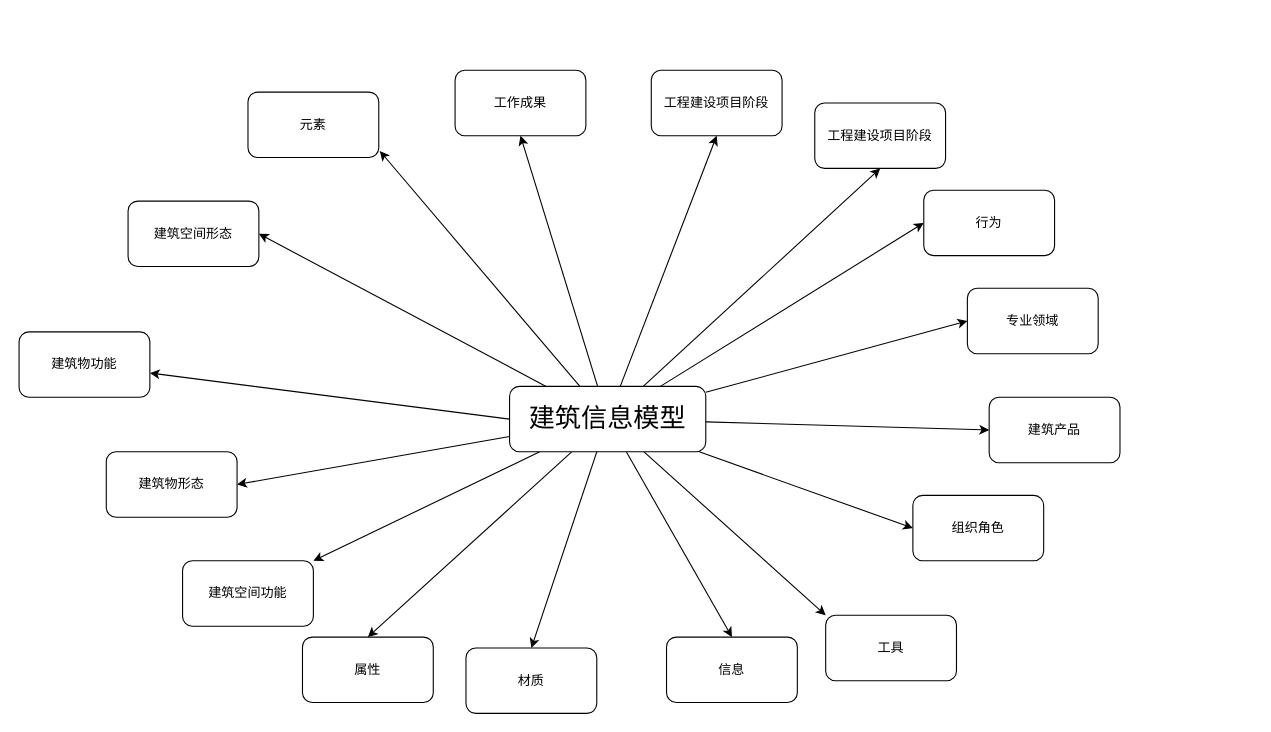
Before: 建筑信息模型.drawio in gaochaowyq/MinderGraph, a draw.io diagram. Source tidied: cells renumbered, new cells numbered last; positions are measured from the earlier drawing's top-left corner, leaving out a move shared by most shapes. Both pictures are drawn from the tidied source at 109%, with x=0, y=0 at pixel (19, 70).
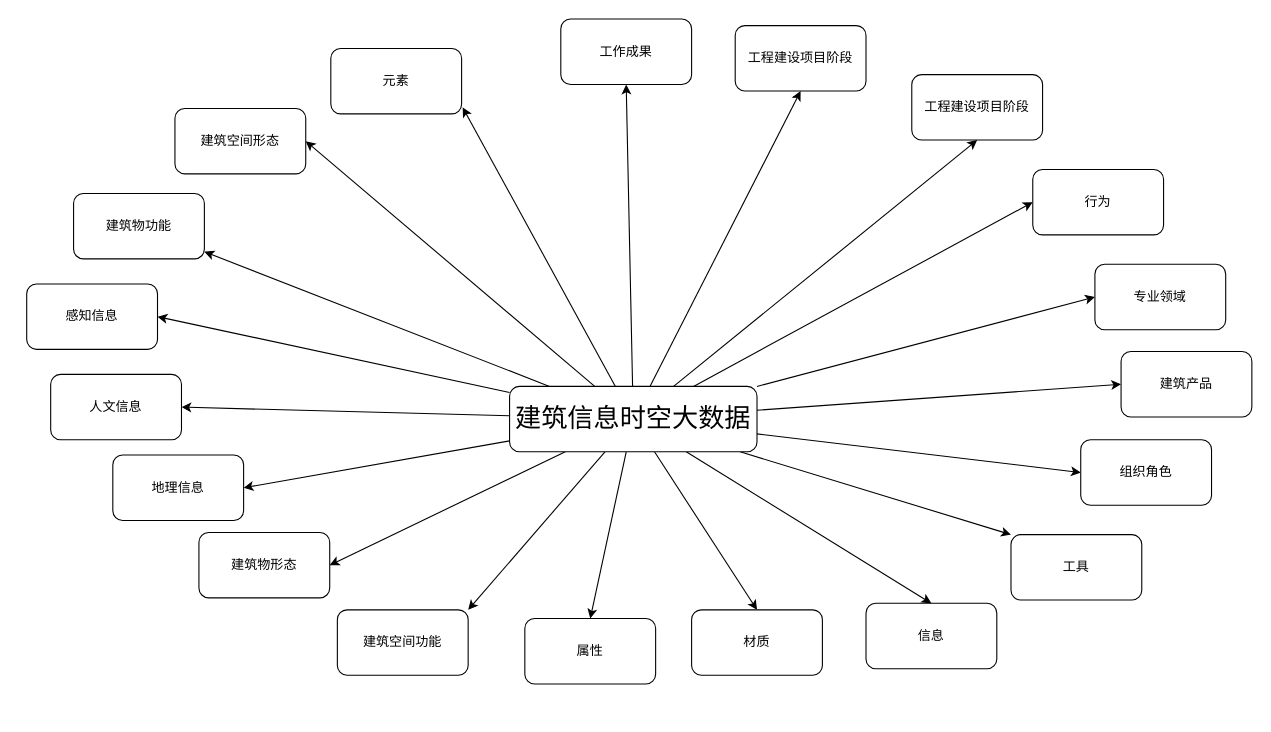
After the change.

Commit message (it also covers changes not shown here):
Update 建筑信息模型.drawio

Diff of the diagram source:
```diff
@@
-    <mxCell id="2" style="rounded=0;jettySize=auto;html=1;fontColor=default;exitX=0;exitY=0.5;exitDx=0;exitDy=0;strokeColor=default;labelBackgroundColor=default;" parent="1" edge="1" source="18" target="19">
-      <mxGeometry relative="1" as="geometry" />
-    </mxCell>
@@
+    <mxCell id="35" style="edgeStyle=none;rounded=0;jettySize=auto;html=1;entryX=1;entryY=0.5;entryDx=0;entryDy=0;labelBackgroundColor=default;fontSize=24;fontColor=default;strokeColor=default;" parent="1" edge="1" source="18" target="38">
+      <mxGeometry relative="1" as="geometry" />
+    </mxCell>
+    <mxCell id="36" style="edgeStyle=none;rounded=0;jettySize=auto;html=1;entryX=1;entryY=0.5;entryDx=0;entryDy=0;labelBackgroundColor=default;fontSize=24;fontColor=default;strokeColor=default;" parent="1" edge="1" source="18" target="39">
+      <mxGeometry relative="1" as="geometry" />
+    </mxCell>
+    <mxCell id="2" style="edgeStyle=none;rounded=0;jettySize=auto;html=1;labelBackgroundColor=default;fontSize=24;fontColor=default;strokeColor=default;" parent="1" edge="1" source="18" target="19">
+      <mxGeometry relative="1" as="geometry" />
+    </mxCell>
+    <mxCell id="37" style="edgeStyle=none;rounded=0;jettySize=auto;html=1;entryX=1;entryY=0.5;entryDx=0;entryDy=0;labelBackgroundColor=default;fontSize=24;fontColor=default;strokeColor=default;" parent="1" edge="1" source="18" target="40">
+      <mxGeometry relative="1" as="geometry" />
+    </mxCell>
-    <mxCell id="18" value="&lt;font style=&quot;font-size: 24px&quot;&gt;建筑信息模型&lt;/font&gt;" style="rounded=1;whiteSpace=wrap;html=1;fillColor=default;strokeColor=default;fontColor=default;labelBackgroundColor=default;" parent="1" vertex="1">
-      <mxGeometry x="450" y="290" width="180" height="60" as="geometry" />
+    <mxCell id="18" value="&lt;font style=&quot;font-size: 24px&quot;&gt;建筑信息时空大数据&lt;/font&gt;" style="rounded=1;whiteSpace=wrap;html=1;fillColor=default;strokeColor=default;fontColor=default;labelBackgroundColor=default;" parent="1" vertex="1">
+      <mxGeometry x="450" y="290" width="227" height="60" as="geometry" />
     </mxCell>
     <mxCell id="19" value="建筑物功能" style="rounded=1;whiteSpace=wrap;html=1;fontColor=default;strokeColor=default;fillColor=default;labelBackgroundColor=default;" parent="1" vertex="1">
-      <mxGeometry y="240" width="120" height="60" as="geometry" />
+      <mxGeometry x="50" y="113" width="120" height="60" as="geometry" />
     </mxCell>
     <mxCell id="20" value="建筑物形态" style="rounded=1;whiteSpace=wrap;html=1;fontColor=default;strokeColor=default;fillColor=default;" parent="1" vertex="1">
-      <mxGeometry x="80" y="350" width="120" height="60" as="geometry" />
+      <mxGeometry x="165" y="424" width="120" height="60" as="geometry" />
     </mxCell>
     <mxCell id="21" value="建筑空间功能" style="rounded=1;whiteSpace=wrap;html=1;fontColor=default;strokeColor=default;fillColor=default;" parent="1" vertex="1">
-      <mxGeometry x="150" y="450" width="120" height="60" as="geometry" />
+      <mxGeometry x="292" y="495" width="120" height="60" as="geometry" />
     </mxCell>
     <mxCell id="22" value="建筑空间形态" style="rounded=1;whiteSpace=wrap;html=1;fontColor=default;strokeColor=default;fillColor=default;" parent="1" vertex="1">
-      <mxGeometry x="100" y="120" width="120" height="60" as="geometry" />
+      <mxGeometry x="143" y="35" width="120" height="60" as="geometry" />
     </mxCell>
     <mxCell id="23" value="元素" style="rounded=1;whiteSpace=wrap;html=1;fontColor=default;strokeColor=default;fillColor=default;" parent="1" vertex="1">
-      <mxGeometry x="210" y="20" width="120" height="60" as="geometry" />
+      <mxGeometry x="286" y="-20" width="120" height="60" as="geometry" />
     </mxCell>
     <mxCell id="24" value="工作成果" style="rounded=1;whiteSpace=wrap;html=1;fontColor=default;strokeColor=default;fillColor=default;" parent="1" vertex="1">
-      <mxGeometry x="400" width="120" height="60" as="geometry" />
+      <mxGeometry x="497" y="-47" width="120" height="60" as="geometry" />
     </mxCell>
     <mxCell id="25" value="工程建设项目阶段" style="rounded=1;whiteSpace=wrap;html=1;fontColor=default;strokeColor=default;fillColor=default;" parent="1" vertex="1">
-      <mxGeometry x="580" width="120" height="60" as="geometry" />
+      <mxGeometry x="657" y="-41" width="120" height="60" as="geometry" />
     </mxCell>
     <mxCell id="26" value="工程建设项目阶段" style="rounded=1;whiteSpace=wrap;html=1;fontColor=default;strokeColor=default;fillColor=default;" parent="1" vertex="1">
-      <mxGeometry x="730" y="30" width="120" height="60" as="geometry" />
+      <mxGeometry x="819" y="4" width="120" height="60" as="geometry" />
     </mxCell>
     <mxCell id="27" value="行为" style="rounded=1;whiteSpace=wrap;html=1;fontColor=default;strokeColor=default;fillColor=default;" parent="1" vertex="1">
-      <mxGeometry x="830" y="110" width="120" height="60" as="geometry" />
+      <mxGeometry x="930" y="91" width="120" height="60" as="geometry" />
     </mxCell>
     <mxCell id="28" value="专业领域" style="rounded=1;whiteSpace=wrap;html=1;fontColor=default;strokeColor=default;fillColor=default;" parent="1" vertex="1">
-      <mxGeometry x="870" y="200" width="120" height="60" as="geometry" />
+      <mxGeometry x="987" y="178" width="120" height="60" as="geometry" />
     </mxCell>
     <mxCell id="29" value="建筑产品" style="rounded=1;whiteSpace=wrap;html=1;fontColor=default;strokeColor=default;fillColor=default;" parent="1" vertex="1">
-      <mxGeometry x="890" y="300" width="120" height="60" as="geometry" />
+      <mxGeometry x="1011" y="258" width="120" height="60" as="geometry" />
     </mxCell>
     <mxCell id="30" value="组织角色" style="rounded=1;whiteSpace=wrap;html=1;fontColor=default;strokeColor=default;fillColor=default;" parent="1" vertex="1">
-      <mxGeometry x="820" y="390" width="120" height="60" as="geometry" />
+      <mxGeometry x="974" y="339" width="120" height="60" as="geometry" />
     </mxCell>
     <mxCell id="31" value="工具" style="rounded=1;whiteSpace=wrap;html=1;fontColor=default;strokeColor=default;fillColor=default;" parent="1" vertex="1">
-      <mxGeometry x="740" y="500" width="120" height="60" as="geometry" />
+      <mxGeometry x="910" y="426" width="120" height="60" as="geometry" />
     </mxCell>
     <mxCell id="32" value="信息" style="rounded=1;whiteSpace=wrap;html=1;fontColor=default;strokeColor=default;fillColor=default;" parent="1" vertex="1">
-      <mxGeometry x="594" y="520" width="120" height="60" as="geometry" />
+      <mxGeometry x="777" y="489" width="120" height="60" as="geometry" />
     </mxCell>
     <mxCell id="33" value="材质" style="rounded=1;whiteSpace=wrap;html=1;fontColor=default;strokeColor=default;fillColor=default;" parent="1" vertex="1">
-      <mxGeometry x="410" y="530" width="120" height="60" as="geometry" />
+      <mxGeometry x="617" y="495" width="120" height="60" as="geometry" />
     </mxCell>
     <mxCell id="34" value="属性" style="rounded=1;whiteSpace=wrap;html=1;fontColor=default;strokeColor=default;fillColor=default;" parent="1" vertex="1">
-      <mxGeometry x="260" y="520" width="120" height="60" as="geometry" />
+      <mxGeometry x="464" y="503" width="120" height="60" as="geometry" />
     </mxCell>
+    <mxCell id="38" value="地理信息" style="rounded=1;whiteSpace=wrap;html=1;fontColor=default;strokeColor=default;fillColor=default;" parent="1" vertex="1">
+      <mxGeometry x="86" y="353" width="120" height="60" as="geometry" />
+    </mxCell>
+    <mxCell id="39" value="人文信息" style="rounded=1;whiteSpace=wrap;html=1;fontColor=default;strokeColor=default;fillColor=default;" parent="1" vertex="1">
+      <mxGeometry x="29" y="279" width="120" height="60" as="geometry" />
+    </mxCell>
+    <mxCell id="40" value="感知信息" style="rounded=1;whiteSpace=wrap;html=1;fontColor=default;strokeColor=default;fillColor=default;" parent="1" vertex="1">
+      <mxGeometry x="7" y="196" width="120" height="60" as="geometry" />
+    </mxCell>
```
